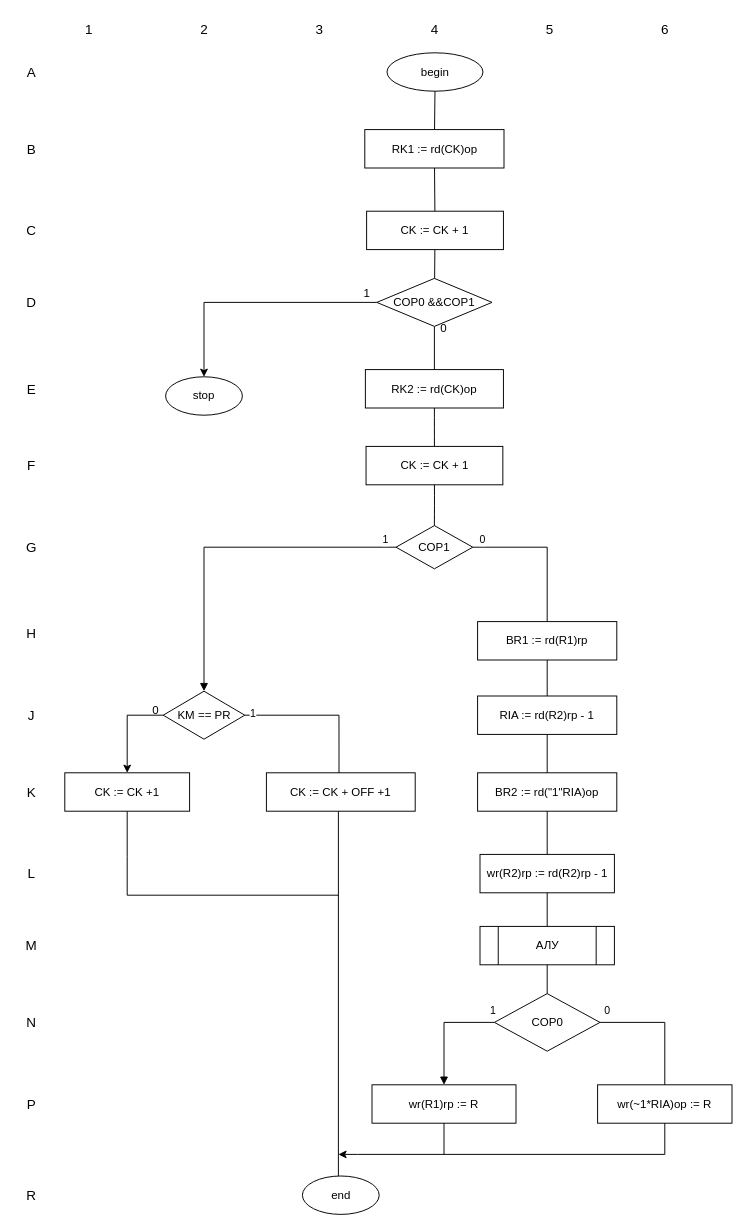
The draw.io diagram kursach/buk/bukalgo.drawio in Altzgamer/schemotechnika25-26, before the edit. Source tidied: cells renumbered, new cells numbered last; positions are measured from the earlier drawing's top-left corner, leaving out a move shared by most shapes. Both pictures are drawn from the tidied source at 96%, with x=0, y=0 at pixel (16, 16).
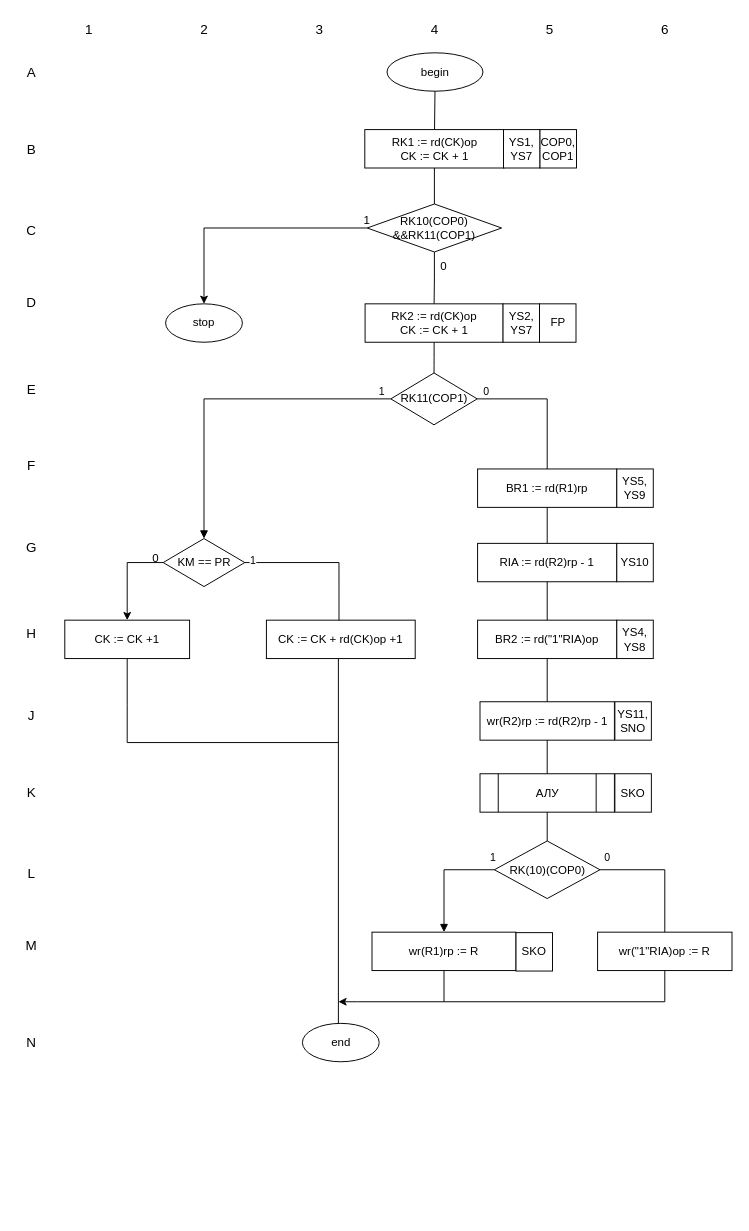
The same page after the edit.

What changed in the source:
```diff
@@
     <mxCell id="20" value="N" style="text;html=1;align=center;verticalAlign=middle;fontStyle=0;fontSize=14;" parent="1" vertex="1">
-      <mxGeometry y="1035" width="30" height="25" as="geometry" />
+      <mxGeometry y="1056" width="30" height="25" as="geometry" />
     </mxCell>
-    <mxCell id="21" value="P" style="text;html=1;align=center;verticalAlign=middle;fontStyle=0;fontSize=14;" parent="1" vertex="1">
-      <mxGeometry y="1120" width="30" height="25" as="geometry" />
-    </mxCell>
-    <mxCell id="22" value="R" style="text;html=1;align=center;verticalAlign=middle;fontStyle=0;fontSize=14;" parent="1" vertex="1">
-      <mxGeometry y="1215" width="30" height="25" as="geometry" />
-    </mxCell>
@@
-    <mxCell id="24" value="RK1 := rd(CK)op" style="rounded=0;whiteSpace=wrap;html=1;fontSize=12;" parent="1" vertex="1">
+    <mxCell id="24" value="RK1 := rd(CK)op&lt;div&gt;CK := CK + 1&lt;/div&gt;" style="rounded=0;whiteSpace=wrap;html=1;fontSize=12;" parent="1" vertex="1">
       <mxGeometry x="362.5" y="117.5" width="145" height="40" as="geometry" />
     </mxCell>
-    <mxCell id="25" value="CK := CK + 1" style="rounded=0;whiteSpace=wrap;html=1;fontSize=12;" parent="1" vertex="1">
-      <mxGeometry x="364.4" y="202.5" width="142.5" height="40" as="geometry" />
-    </mxCell>
@@
-    <mxCell id="28" value="COP0 &amp;&amp;COP1" style="rhombus;whiteSpace=wrap;html=1;fontSize=12;direction=east;" parent="1" vertex="1">
-      <mxGeometry x="375" y="272.5" width="120" height="50" as="geometry" />
+    <mxCell id="28" value="RK10(COP0) &amp;amp;&amp;amp;RK11(COP1)" style="rhombus;whiteSpace=wrap;html=1;fontSize=12;direction=east;" parent="1" vertex="1">
+      <mxGeometry x="365" y="195" width="140" height="50" as="geometry" />
     </mxCell>
     <mxCell id="29" value="stop" style="ellipse;whiteSpace=wrap;html=1;fontSize=12;" parent="1" vertex="1">
-      <mxGeometry x="155" y="375" width="80" height="40" as="geometry" />
+      <mxGeometry x="155" y="299" width="80" height="40" as="geometry" />
     </mxCell>
-    <mxCell id="30" value="RK2 := rd(CK)op" style="rounded=0;whiteSpace=wrap;html=1;fontSize=12;" parent="1" vertex="1">
-      <mxGeometry x="363.1" y="367.5" width="143.8" height="40" as="geometry" />
+    <mxCell id="30" value="RK2 := rd(CK)op&lt;div&gt;CK := CK + 1&lt;/div&gt;" style="rounded=0;whiteSpace=wrap;html=1;fontSize=12;" parent="1" vertex="1">
+      <mxGeometry x="362.8" y="299" width="143.8" height="40" as="geometry" />
     </mxCell>
-    <mxCell id="31" value="CK := CK + 1" style="rounded=0;whiteSpace=wrap;html=1;fontSize=12;" parent="1" vertex="1">
-      <mxGeometry x="363.8" y="447.5" width="142.5" height="40" as="geometry" />
-    </mxCell>
-    <mxCell id="32" value="COP1" style="rhombus;whiteSpace=wrap;html=1;fontSize=12;" parent="1" vertex="1">
-      <mxGeometry x="395" y="530" width="80" height="45" as="geometry" />
+    <mxCell id="32" value="RK11(COP1)" style="rhombus;whiteSpace=wrap;html=1;fontSize=12;" parent="1" vertex="1">
+      <mxGeometry x="389.6" y="371" width="90" height="54" as="geometry" />
     </mxCell>
     <mxCell id="33" value="BR1 := rd(R1)rp" style="rounded=0;whiteSpace=wrap;html=1;fontSize=12;" parent="1" vertex="1">
-      <mxGeometry x="480" y="630" width="145" height="40" as="geometry" />
+      <mxGeometry x="480" y="471" width="145" height="40" as="geometry" />
     </mxCell>
     <mxCell id="34" style="edgeStyle=orthogonalEdgeStyle;rounded=0;jettySize=auto;html=1;entryX=0.5;entryY=0;entryDx=0;entryDy=0;exitX=0;exitY=0.5;exitDx=0;exitDy=0;" parent="1" edge="1" source="35" target="38">
       <mxGeometry relative="1" as="geometry">
         <Array as="points">
-          <mxPoint x="115" y="728" />
+          <mxPoint x="115" y="569" />
         </Array>
       </mxGeometry>
     </mxCell>
     <mxCell id="35" value="KM == PR" style="rhombus;whiteSpace=wrap;html=1;fontSize=12;" parent="1" vertex="1">
-      <mxGeometry x="152.5" y="702.5" width="85" height="50" as="geometry" />
+      <mxGeometry x="152.5" y="543.5" width="85" height="50" as="geometry" />
     </mxCell>
     <mxCell id="36" value="RIA := rd(R2)rp - 1" style="rounded=0;whiteSpace=wrap;html=1;fontSize=12;" parent="1" vertex="1">
-      <mxGeometry x="480" y="707.5" width="145" height="40" as="geometry" />
+      <mxGeometry x="480" y="548.5" width="145" height="40" as="geometry" />
     </mxCell>
     <mxCell id="37" style="edgeStyle=orthogonalEdgeStyle;rounded=0;jettySize=auto;html=1;endArrow=none;endFill=0;" parent="1" edge="1" source="38">
       <mxGeometry relative="1" as="geometry">
-        <mxPoint x="335" y="915" as="targetPoint" />
+        <mxPoint x="335" y="756" as="targetPoint" />
         <Array as="points">
-          <mxPoint x="115" y="875" />
-          <mxPoint x="115" y="875" />
+          <mxPoint x="115" y="716" />
+          <mxPoint x="115" y="716" />
         </Array>
       </mxGeometry>
     </mxCell>
     <mxCell id="38" value="CK := CK +1" style="rounded=0;whiteSpace=wrap;html=1;fontSize=12;" parent="1" vertex="1">
-      <mxGeometry x="50" y="787.5" width="130" height="40" as="geometry" />
+      <mxGeometry x="50" y="628.5" width="130" height="40" as="geometry" />
     </mxCell>
     <mxCell id="39" style="edgeStyle=orthogonalEdgeStyle;rounded=0;orthogonalLoop=1;jettySize=auto;html=1;endArrow=none;endFill=0;entryX=0.5;entryY=0;entryDx=0;entryDy=0;" parent="1" edge="1">
       <mxGeometry relative="1" as="geometry">
-        <mxPoint x="335" y="827.5" as="sourcePoint" />
-        <mxPoint x="335" y="1207.5" as="targetPoint" />
+        <mxPoint x="335" y="668.5" as="sourcePoint" />
+        <mxPoint x="335" y="1048.5" as="targetPoint" />
       </mxGeometry>
     </mxCell>
-    <mxCell id="40" value="CK := CK + OFF +1" style="rounded=0;whiteSpace=wrap;html=1;fontSize=12;" parent="1" vertex="1">
-      <mxGeometry x="260" y="787.5" width="155" height="40" as="geometry" />
+    <mxCell id="40" value="CK := CK + rd(CK)op +1" style="rounded=0;whiteSpace=wrap;html=1;fontSize=12;" parent="1" vertex="1">
+      <mxGeometry x="260" y="628.5" width="155" height="40" as="geometry" />
     </mxCell>
     <mxCell id="41" value="BR2 := rd(&quot;1&quot;RIA)op" style="rounded=0;whiteSpace=wrap;html=1;fontSize=12;" parent="1" vertex="1">
-      <mxGeometry x="480" y="787.5" width="145" height="40" as="geometry" />
+      <mxGeometry x="480" y="628.5" width="145" height="40" as="geometry" />
     </mxCell>
     <mxCell id="42" value="wr(R2)rp := rd(R2)rp - 1" style="rounded=0;whiteSpace=wrap;html=1;fontSize=12;" parent="1" vertex="1">
-      <mxGeometry x="482.5" y="872.5" width="140" height="40" as="geometry" />
+      <mxGeometry x="482.5" y="713.5" width="140" height="40" as="geometry" />
     </mxCell>
     <mxCell id="43" value="АЛУ" style="rounded=0;whiteSpace=wrap;html=1;fontSize=12;gradientColor=none;" parent="1" vertex="1">
-      <mxGeometry x="482.5" y="947.5" width="140" height="40" as="geometry" />
+      <mxGeometry x="482.5" y="788.5" width="140" height="40" as="geometry" />
     </mxCell>
-    <mxCell id="44" value="COP0" style="rhombus;whiteSpace=wrap;html=1;fontSize=12;" parent="1" vertex="1">
-      <mxGeometry x="497.5" y="1017.5" width="110" height="60" as="geometry" />
+    <mxCell id="44" value="RK(10)(COP0)" style="rhombus;whiteSpace=wrap;html=1;fontSize=12;" parent="1" vertex="1">
+      <mxGeometry x="497.5" y="858.5" width="110" height="60" as="geometry" />
     </mxCell>
     <mxCell id="45" value="wr(R1)rp := R" style="rounded=0;whiteSpace=wrap;html=1;fontSize=12;" parent="1" vertex="1">
-      <mxGeometry x="370" y="1112.5" width="150" height="40" as="geometry" />
+      <mxGeometry x="370" y="953.5" width="150" height="40" as="geometry" />
     </mxCell>
-    <mxCell id="46" value="wr(~1*RIA)op := R" style="rounded=0;whiteSpace=wrap;html=1;fontSize=12;" parent="1" vertex="1">
-      <mxGeometry x="605" y="1112.5" width="140" height="40" as="geometry" />
+    <mxCell id="46" value="wr(&quot;1&quot;RIA)op := R" style="rounded=0;whiteSpace=wrap;html=1;fontSize=12;" parent="1" vertex="1">
+      <mxGeometry x="605" y="953.5" width="140" height="40" as="geometry" />
     </mxCell>
     <mxCell id="47" value="end" style="ellipse;whiteSpace=wrap;html=1;fontSize=12;" parent="1" vertex="1">
-      <mxGeometry x="297.5" y="1207.5" width="80" height="40" as="geometry" />
+      <mxGeometry x="297.5" y="1048.5" width="80" height="40" as="geometry" />
     </mxCell>
@@
-    <mxCell id="49" style="endArrow=none;endFill=0;html=1;" parent="1" edge="1" source="24" target="25">
+    <mxCell id="49" style="endArrow=none;endFill=0;html=1;entryX=0.5;entryY=0;entryDx=0;entryDy=0;" parent="1" edge="1" source="24" target="28">
       <mxGeometry relative="1" as="geometry" />
     </mxCell>
-    <mxCell id="50" style="endArrow=none;endFill=0;html=1;" parent="1" edge="1" source="25" target="28">
-      <mxGeometry relative="1" as="geometry" />
-    </mxCell>
-    <mxCell id="51" style="endArrow=none;endFill=0;html=1;edgeStyle=orthogonalEdgeStyle;exitX=0.5;exitY=1;exitDx=0;exitDy=0;entryX=0.5;entryY=0;entryDx=0;entryDy=0;" parent="1" edge="1" source="30" target="31">
+    <mxCell id="51" style="endArrow=none;endFill=0;html=1;edgeStyle=orthogonalEdgeStyle;exitX=0.5;exitY=1;exitDx=0;exitDy=0;entryX=0.5;entryY=0;entryDx=0;entryDy=0;" parent="1" edge="1" source="30" target="32">
       <mxGeometry relative="1" as="geometry" />
     </mxCell>
-    <mxCell id="52" style="endArrow=none;endFill=0;html=1;edgeStyle=orthogonalEdgeStyle;exitX=0.5;exitY=1;exitDx=0;exitDy=0;entryX=0.5;entryY=0;entryDx=0;entryDy=0;" parent="1" edge="1" source="31" target="32">
-      <mxGeometry relative="1" as="geometry" />
-    </mxCell>
@@
     <mxCell id="57" value="1" style="endArrow=none;endFill=0;html=1;exitX=1;exitY=0.5;exitDx=0;exitDy=0;entryX=0.488;entryY=0.006;entryDx=0;entryDy=0;edgeStyle=orthogonalEdgeStyle;fontSize=11;rounded=0;curved=0;entryPerimeter=0;" parent="1" edge="1" source="35" target="40">
       <mxGeometry x="-0.9" y="3" relative="1" as="geometry">
         <Array as="points">
-          <mxPoint x="335" y="727" />
-          <mxPoint x="335" y="788" />
+          <mxPoint x="335" y="568" />
+          <mxPoint x="335" y="629" />
         </Array>
         <mxPoint y="1" as="offset" />
       </mxGeometry>
     </mxCell>
@@
     <mxCell id="63" style="endArrow=classic;endFill=1;html=1;edgeStyle=orthogonalEdgeStyle;exitX=0.5;exitY=1;exitDx=0;exitDy=0;rounded=0;curved=0;" parent="1" edge="1" source="45">
       <mxGeometry relative="1" as="geometry">
-        <mxPoint x="335" y="1185" as="targetPoint" />
+        <mxPoint x="335" y="1026" as="targetPoint" />
         <Array as="points">
-          <mxPoint x="445" y="1185" />
-          <mxPoint x="355" y="1185" />
+          <mxPoint x="445" y="1026" />
+          <mxPoint x="355" y="1026" />
         </Array>
       </mxGeometry>
     </mxCell>
     <mxCell id="64" style="endArrow=none;endFill=0;html=1;edgeStyle=orthogonalEdgeStyle;exitX=0.5;exitY=1;exitDx=0;exitDy=0;rounded=0;curved=0;" parent="1" edge="1" source="46">
       <mxGeometry relative="1" as="geometry">
-        <mxPoint x="445" y="1185" as="targetPoint" />
+        <mxPoint x="445" y="1026" as="targetPoint" />
         <Array as="points">
-          <mxPoint x="675" y="1185" />
-          <mxPoint x="495" y="1185" />
+          <mxPoint x="675" y="1026" />
+          <mxPoint x="495" y="1026" />
         </Array>
       </mxGeometry>
     </mxCell>
     <mxCell id="65" value="0" style="text;html=1;whiteSpace=wrap;strokeColor=none;fillColor=none;align=center;verticalAlign=middle;rounded=0;" parent="1" vertex="1">
-      <mxGeometry x="415" y="310" width="60" height="30" as="geometry" />
+      <mxGeometry x="415" y="245" width="60" height="30" as="geometry" />
     </mxCell>
     <mxCell id="66" value="1" style="text;html=1;whiteSpace=wrap;strokeColor=none;fillColor=none;align=center;verticalAlign=middle;rounded=0;" parent="1" vertex="1">
-      <mxGeometry x="335" y="272.5" width="60" height="30" as="geometry" />
+      <mxGeometry x="335" y="196.5" width="60" height="30" as="geometry" />
     </mxCell>
     <mxCell id="67" value="0" style="text;html=1;whiteSpace=wrap;strokeColor=none;fillColor=none;align=center;verticalAlign=middle;rounded=0;" parent="1" vertex="1">
-      <mxGeometry x="115" y="707.5" width="60" height="30" as="geometry" />
+      <mxGeometry x="115" y="548.5" width="60" height="30" as="geometry" />
     </mxCell>
     <mxCell id="68" style="endArrow=none;html=1;rounded=0;entryX=0.25;entryY=0;entryDx=0;entryDy=0;exitX=0.25;exitY=1;exitDx=0;exitDy=0;" parent="1" edge="1">
       <mxGeometry relative="1" as="geometry">
-        <mxPoint x="501.5" y="987.5" as="sourcePoint" />
-        <mxPoint x="501.5" y="947.5" as="targetPoint" />
+        <mxPoint x="501.5" y="828.5" as="sourcePoint" />
+        <mxPoint x="501.5" y="788.5" as="targetPoint" />
       </mxGeometry>
     </mxCell>
     <mxCell id="69" style="endArrow=none;html=1;rounded=0;entryX=0.75;entryY=0;entryDx=0;entryDy=0;exitX=0.75;exitY=1;exitDx=0;exitDy=0;" parent="1" edge="1">
       <mxGeometry relative="1" as="geometry">
-        <mxPoint x="603.5" y="987.5" as="sourcePoint" />
-        <mxPoint x="603.5" y="947.5" as="targetPoint" />
+        <mxPoint x="603.5" y="828.5" as="sourcePoint" />
+        <mxPoint x="603.5" y="788.5" as="targetPoint" />
       </mxGeometry>
     </mxCell>
+    <mxCell id="70" value="YS1,&lt;div&gt;YS7&lt;/div&gt;" style="rounded=0;whiteSpace=wrap;html=1;" parent="1" vertex="1">
+      <mxGeometry x="507" y="117.5" width="38" height="40" as="geometry" />
+    </mxCell>
+    <mxCell id="71" value="COP0,&lt;div&gt;COP1&lt;/div&gt;" style="rounded=0;whiteSpace=wrap;html=1;" parent="1" vertex="1">
+      <mxGeometry x="545" y="117.5" width="38" height="40" as="geometry" />
+    </mxCell>
+    <mxCell id="72" value="YS2,&lt;div&gt;YS7&lt;/div&gt;" style="rounded=0;whiteSpace=wrap;html=1;" parent="1" vertex="1">
+      <mxGeometry x="506.5" y="299" width="38" height="40" as="geometry" />
+    </mxCell>
+    <mxCell id="73" value="FP" style="rounded=0;whiteSpace=wrap;html=1;" parent="1" vertex="1">
+      <mxGeometry x="544.5" y="299" width="38" height="40" as="geometry" />
+    </mxCell>
+    <mxCell id="74" value="YS5,&lt;div&gt;YS9&lt;/div&gt;" style="rounded=0;whiteSpace=wrap;html=1;" parent="1" vertex="1">
+      <mxGeometry x="625" y="471" width="38" height="40" as="geometry" />
+    </mxCell>
+    <mxCell id="75" value="YS10" style="rounded=0;whiteSpace=wrap;html=1;" parent="1" vertex="1">
+      <mxGeometry x="625" y="548.5" width="38" height="40" as="geometry" />
+    </mxCell>
+    <mxCell id="76" value="YS4,&lt;div&gt;YS8&lt;/div&gt;" style="rounded=0;whiteSpace=wrap;html=1;" parent="1" vertex="1">
+      <mxGeometry x="625" y="628.5" width="38" height="40" as="geometry" />
+    </mxCell>
+    <mxCell id="77" value="YS11,&lt;div&gt;SNO&lt;/div&gt;" style="rounded=0;whiteSpace=wrap;html=1;" parent="1" vertex="1">
+      <mxGeometry x="623" y="713.5" width="38" height="40" as="geometry" />
+    </mxCell>
+    <mxCell id="78" value="SKO" style="rounded=0;whiteSpace=wrap;html=1;" parent="1" vertex="1">
+      <mxGeometry x="623" y="788.5" width="38" height="40" as="geometry" />
+    </mxCell>
+    <mxCell id="79" value="SKO" style="rounded=0;whiteSpace=wrap;html=1;" parent="1" vertex="1">
+      <mxGeometry x="520" y="954" width="38" height="40" as="geometry" />
+    </mxCell>
```
